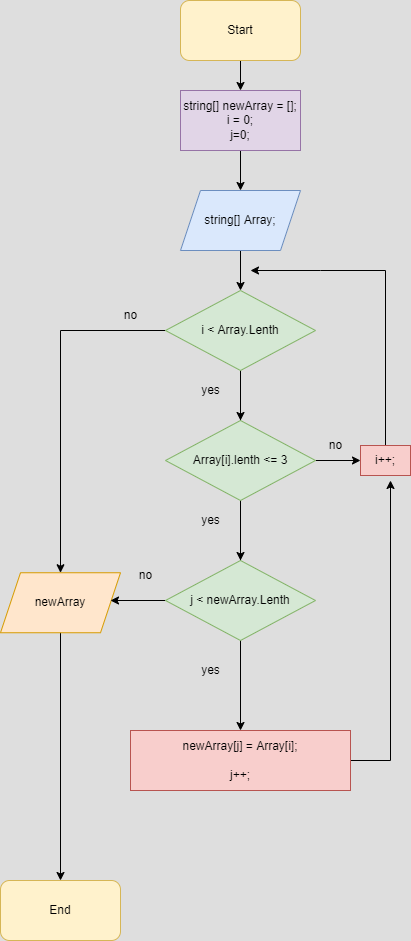
alexey1978malyshev/ChekWorkBaseBlock keeps this draw.io diagram as Description/createNewStringArray.drawio.png. Above is the earlier version. Source tidied: cells renumbered, new cells last; positions are measured from the earlier drawing's top-left corner, leaving out a move shared by most shapes.
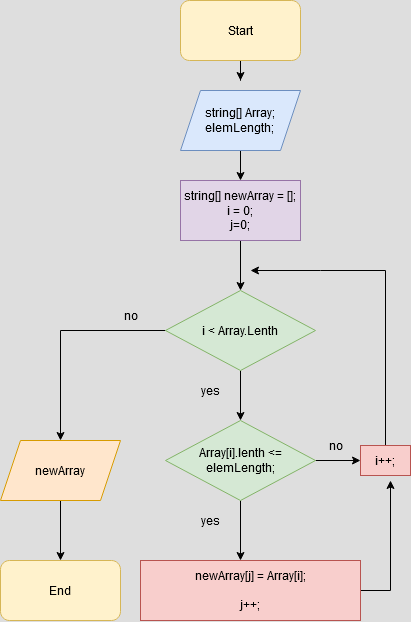
Above is the later version.

Diff of the diagram source:
```diff
@@ -2,11 +2,14 @@
   <root>
     <mxCell id="0" />
     <mxCell id="1" parent="0" />
-    <mxCell id="2" style="edgeStyle=orthogonalEdgeStyle;rounded=0;jettySize=auto;html=1;" parent="1" edge="1" source="3" target="14">
+    <mxCell id="2" style="edgeStyle=orthogonalEdgeStyle;rounded=0;jettySize=auto;html=1;startArrow=none;" parent="1" edge="1" source="16" target="14">
       <mxGeometry relative="1" as="geometry" />
     </mxCell>
+    <mxCell id="30" style="edgeStyle=orthogonalEdgeStyle;rounded=0;jettySize=auto;html=1;" parent="1" edge="1" source="3" target="16">
+      <mxGeometry relative="1" as="geometry" />
+    </mxCell>
-    <mxCell id="3" value="&lt;div&gt;string[] Array;&lt;/div&gt;" style="shape=parallelogram;perimeter=parallelogramPerimeter;whiteSpace=wrap;html=1;fixedSize=1;size=20;fillColor=#dae8fc;strokeColor=#6c8ebf;" parent="1" vertex="1">
-      <mxGeometry x="180" y="190" width="120" height="60" as="geometry" />
+    <mxCell id="3" value="&lt;div&gt;string[] Array;&lt;/div&gt;&lt;div&gt;elemLength;&lt;br&gt;&lt;/div&gt;" style="shape=parallelogram;perimeter=parallelogramPerimeter;whiteSpace=wrap;html=1;fixedSize=1;size=20;fillColor=#dae8fc;strokeColor=#6c8ebf;" parent="1" vertex="1">
+      <mxGeometry x="180" y="90" width="120" height="60" as="geometry" />
     </mxCell>
     <mxCell id="4" style="edgeStyle=orthogonalEdgeStyle;rounded=0;jettySize=auto;html=1;" parent="1" edge="1" source="5">
       <mxGeometry relative="1" as="geometry">
@@ -14,26 +17,25 @@
       </mxGeometry>
     </mxCell>
     <mxCell id="5" value="&lt;div&gt;newArray[j] = Array[i];&lt;/div&gt;&lt;div&gt;&lt;br&gt;&lt;/div&gt;&lt;div&gt;j++;&lt;br&gt;&lt;/div&gt;" style="rounded=0;whiteSpace=wrap;html=1;fillColor=#f8cecc;strokeColor=#b85450;" parent="1" vertex="1">
-      <mxGeometry x="130" y="730" width="220" height="60" as="geometry" />
+      <mxGeometry x="140" y="560" width="220" height="60" as="geometry" />
     </mxCell>
     <mxCell id="6" style="edgeStyle=orthogonalEdgeStyle;rounded=0;jettySize=auto;html=1;" parent="1" edge="1" source="7" target="8">
       <mxGeometry relative="1" as="geometry" />
     </mxCell>
     <mxCell id="7" value="newArray" style="shape=parallelogram;perimeter=parallelogramPerimeter;whiteSpace=wrap;html=1;fixedSize=1;size=20;fillColor=#ffe6cc;strokeColor=#d79b00;" parent="1" vertex="1">
-      <mxGeometry y="572.2" width="120" height="60" as="geometry" />
+      <mxGeometry y="440" width="120" height="60" as="geometry" />
     </mxCell>
     <mxCell id="8" value="End" style="rounded=1;whiteSpace=wrap;html=1;fillColor=#fff2cc;strokeColor=#d6b656;" parent="1" vertex="1">
-      <mxGeometry y="880" width="120" height="60" as="geometry" />
+      <mxGeometry y="560" width="120" height="60" as="geometry" />
     </mxCell>
-    <mxCell id="9" style="edgeStyle=orthogonalEdgeStyle;rounded=0;jettySize=auto;html=1;" parent="1" edge="1" source="10" target="16">
-      <mxGeometry relative="1" as="geometry" />
+    <mxCell id="9" style="edgeStyle=orthogonalEdgeStyle;rounded=0;jettySize=auto;html=1;" parent="1" edge="1" source="10">
+      <mxGeometry relative="1" as="geometry">
+        <mxPoint x="240" y="80" as="targetPoint" />
+      </mxGeometry>
     </mxCell>
     <mxCell id="10" value="Start" style="rounded=1;whiteSpace=wrap;html=1;fillColor=#fff2cc;strokeColor=#d6b656;" parent="1" vertex="1">
       <mxGeometry x="180" width="120" height="60" as="geometry" />
     </mxCell>
-    <mxCell id="11" style="edgeStyle=orthogonalEdgeStyle;rounded=0;jettySize=auto;html=1;" parent="1" edge="1" source="14" target="5">
-      <mxGeometry relative="1" as="geometry" />
-    </mxCell>
     <mxCell id="12" style="edgeStyle=orthogonalEdgeStyle;rounded=0;jettySize=auto;html=1;entryX=0.5;entryY=0;entryDx=0;entryDy=0;" parent="1" edge="1" source="14" target="7">
       <mxGeometry relative="1" as="geometry">
         <Array as="points">
@@ -47,47 +49,29 @@
     <mxCell id="14" value="i &amp;lt; Array.Lenth " style="rhombus;whiteSpace=wrap;html=1;fillColor=#d5e8d4;strokeColor=#82b366;" parent="1" vertex="1">
       <mxGeometry x="165" y="290" width="150" height="80" as="geometry" />
     </mxCell>
-    <mxCell id="15" style="edgeStyle=orthogonalEdgeStyle;rounded=0;jettySize=auto;html=1;" parent="1" edge="1" source="16" target="3">
-      <mxGeometry relative="1" as="geometry" />
-    </mxCell>
-    <mxCell id="16" value="&lt;div&gt;string[] newArray = [];&lt;/div&gt;&lt;div&gt;i = 0;&lt;/div&gt;&lt;div&gt;j=0;&lt;br&gt;&lt;/div&gt;" style="rounded=0;whiteSpace=wrap;html=1;fillColor=#e1d5e7;strokeColor=#9673a6;" parent="1" vertex="1">
-      <mxGeometry x="180" y="90" width="120" height="60" as="geometry" />
-    </mxCell>
     <mxCell id="17" value="yes" style="text;html=1;align=center;verticalAlign=middle;strokeColor=none;fillColor=none;" parent="1" vertex="1">
       <mxGeometry x="190" y="375" width="40" height="30" as="geometry" />
     </mxCell>
     <mxCell id="18" value="no" style="text;html=1;align=center;verticalAlign=middle;strokeColor=none;fillColor=none;" parent="1" vertex="1">
       <mxGeometry x="110" y="300" width="40" height="30" as="geometry" />
     </mxCell>
-    <mxCell id="19" style="edgeStyle=orthogonalEdgeStyle;rounded=0;jettySize=auto;html=1;" parent="1" edge="1" source="21" target="23">
-      <mxGeometry relative="1" as="geometry" />
+    <mxCell id="19" style="edgeStyle=orthogonalEdgeStyle;rounded=0;jettySize=auto;html=1;" parent="1" edge="1" source="21">
+      <mxGeometry relative="1" as="geometry">
+        <mxPoint x="240" y="560" as="targetPoint" />
+      </mxGeometry>
     </mxCell>
     <mxCell id="20" style="edgeStyle=orthogonalEdgeStyle;rounded=0;jettySize=auto;html=1;" parent="1" edge="1" source="21" target="29">
       <mxGeometry relative="1" as="geometry" />
     </mxCell>
-    <mxCell id="21" value="Array[i].lenth &amp;lt;= 3" style="rhombus;whiteSpace=wrap;html=1;fillColor=#d5e8d4;strokeColor=#82b366;" parent="1" vertex="1">
+    <mxCell id="21" value="Array[i].lenth &amp;lt;= elemLength;" style="rhombus;whiteSpace=wrap;html=1;fillColor=#d5e8d4;strokeColor=#82b366;" parent="1" vertex="1">
       <mxGeometry x="165" y="420" width="150" height="80" as="geometry" />
     </mxCell>
-    <mxCell id="22" style="edgeStyle=orthogonalEdgeStyle;rounded=0;jettySize=auto;html=1;" parent="1" edge="1" source="23">
-      <mxGeometry relative="1" as="geometry">
-        <mxPoint x="110" y="600" as="targetPoint" />
-      </mxGeometry>
-    </mxCell>
-    <mxCell id="23" value="j &amp;lt; newArray.Lenth " style="rhombus;whiteSpace=wrap;html=1;fillColor=#d5e8d4;strokeColor=#82b366;" parent="1" vertex="1">
-      <mxGeometry x="165" y="560" width="150" height="80" as="geometry" />
-    </mxCell>
     <mxCell id="24" value="yes" style="text;html=1;align=center;verticalAlign=middle;strokeColor=none;fillColor=none;" parent="1" vertex="1">
       <mxGeometry x="190" y="505" width="40" height="30" as="geometry" />
     </mxCell>
     <mxCell id="25" value="no" style="text;html=1;align=center;verticalAlign=middle;strokeColor=none;fillColor=none;" parent="1" vertex="1">
       <mxGeometry x="315" y="430" width="40" height="30" as="geometry" />
     </mxCell>
-    <mxCell id="26" value="yes" style="text;html=1;align=center;verticalAlign=middle;strokeColor=none;fillColor=none;" parent="1" vertex="1">
-      <mxGeometry x="190" y="654.5" width="40" height="30" as="geometry" />
-    </mxCell>
-    <mxCell id="27" value="no" style="text;html=1;align=center;verticalAlign=middle;strokeColor=none;fillColor=none;" parent="1" vertex="1">
-      <mxGeometry x="125" y="560" width="40" height="30" as="geometry" />
-    </mxCell>
     <mxCell id="28" style="edgeStyle=orthogonalEdgeStyle;rounded=0;jettySize=auto;html=1;" parent="1" edge="1" source="29">
       <mxGeometry relative="1" as="geometry">
         <mxPoint x="250" y="270" as="targetPoint" />
@@ -100,5 +84,8 @@
     <mxCell id="29" value="&lt;div&gt;i++;&lt;/div&gt;" style="rounded=0;whiteSpace=wrap;html=1;fillColor=#f8cecc;strokeColor=#b85450;" parent="1" vertex="1">
       <mxGeometry x="360" y="445" width="50" height="30" as="geometry" />
     </mxCell>
+    <mxCell id="16" value="&lt;div&gt;string[] newArray = [];&lt;/div&gt;&lt;div&gt;i = 0;&lt;/div&gt;&lt;div&gt;j=0;&lt;br&gt;&lt;/div&gt;" style="rounded=0;whiteSpace=wrap;html=1;fillColor=#e1d5e7;strokeColor=#9673a6;" parent="1" vertex="1">
+      <mxGeometry x="180" y="180" width="120" height="60" as="geometry" />
+    </mxCell>
   </root>
 </mxGraphModel>
```
